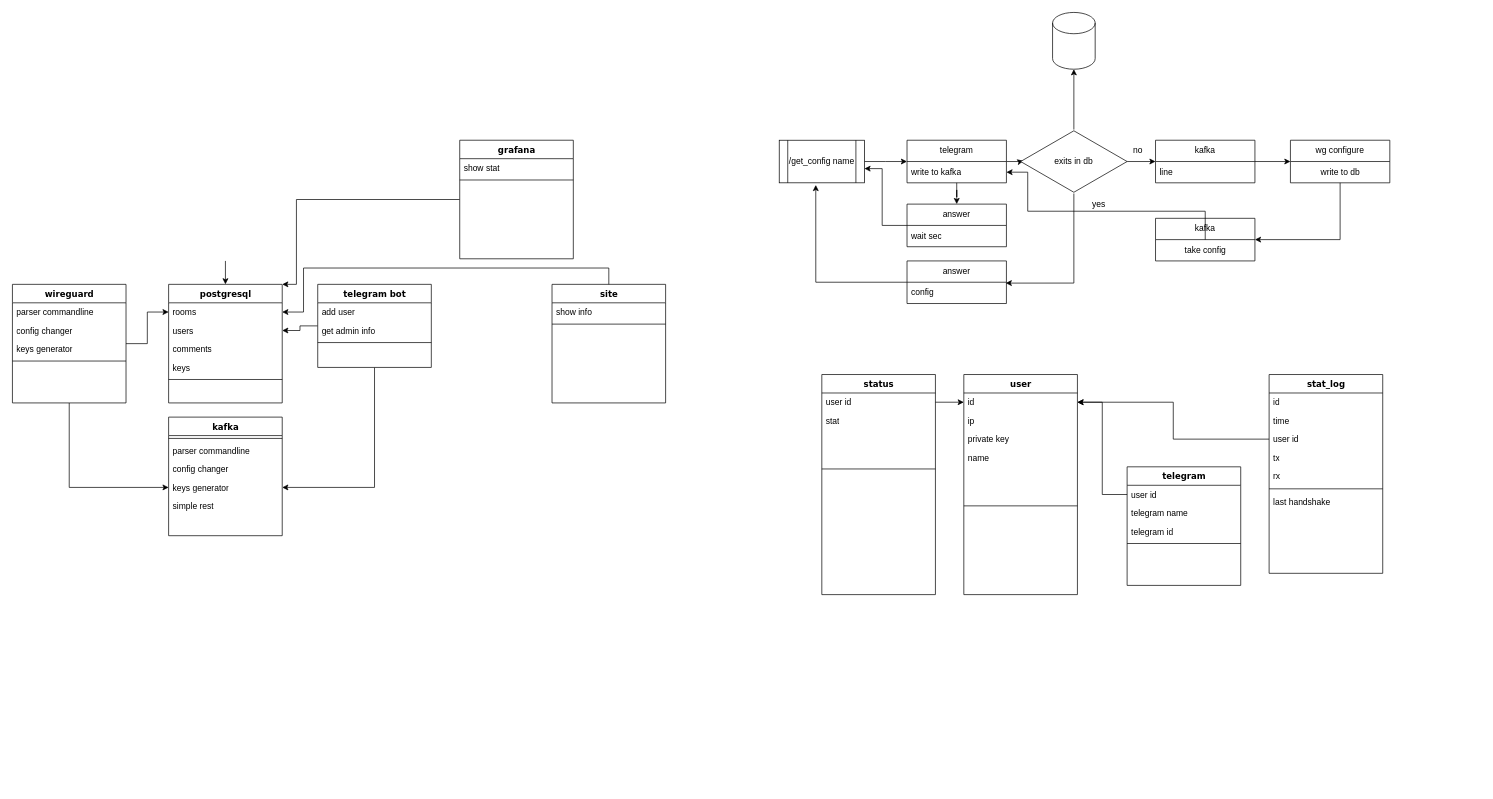
The draw.io diagram architecture.drawio in zhenyagit/friends_VPN, before the edit. Source tidied: cells renumbered, new cells numbered last; positions are measured from the earlier drawing's top-left corner, leaving out a move shared by most shapes. Both pictures are drawn from the tidied source at 71%, with x=0, y=0 at pixel (12, 12).
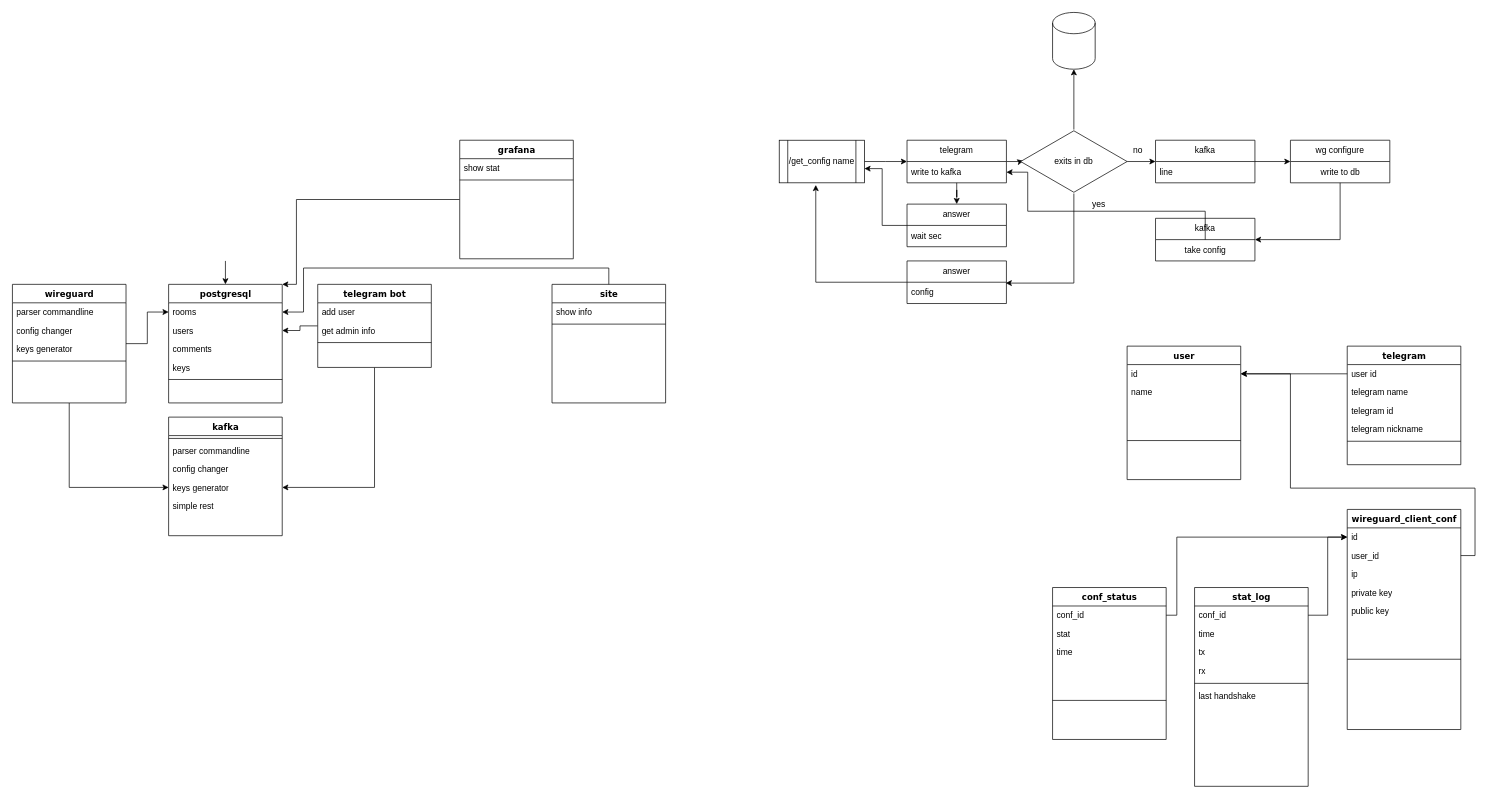
Above is the later version.

Unchanged cells that the change refers to:
```xml
<mxCell id="50" value="id" style="text;html=1;strokeColor=none;fillColor=none;align=left;verticalAlign=top;spacingLeft=4;spacingRight=4;whiteSpace=wrap;overflow=hidden;points=[[0,0.5],[1,0.5]];portConstraint=eastwest;" parent="49" vertex="1">
  <mxGeometry y="26" width="160" height="26" as="geometry" />
</mxCell>
```

Change to the diagram source:
```diff
@@
     <mxCell id="36" value="telegram" style="swimlane;html=1;fontStyle=1;align=center;verticalAlign=top;horizontal=1;startSize=26;swimlaneFillColor=#ffffff;rounded=0;shadow=0;comic=0;labelBackgroundColor=none;strokeWidth=1;fillColor=none;fontFamily=Verdana;fontSize=12;" parent="1" vertex="1">
-      <mxGeometry x="1570" y="640" width="160" height="167" as="geometry" />
+      <mxGeometry x="1880" y="470" width="160" height="167" as="geometry" />
     </mxCell>
@@
+    <mxCell id="90" value="telegram nickname" style="text;html=1;strokeColor=none;fillColor=none;align=left;verticalAlign=top;spacingLeft=4;spacingRight=4;whiteSpace=wrap;overflow=hidden;" parent="36" vertex="1">
+      <mxGeometry y="104" width="160" height="26" as="geometry" />
+    </mxCell>
     <mxCell id="40" style="line;html=1;strokeWidth=1;fillColor=none;align=left;verticalAlign=middle;spacingTop=-1;spacingLeft=3;spacingRight=3;labelPosition=right;" parent="36" vertex="1">
-      <mxGeometry y="104" width="160" height="8" as="geometry" />
+      <mxGeometry y="130" width="160" height="8" as="geometry" />
     </mxCell>
     <mxCell id="41" value="stat_log" style="swimlane;html=1;fontStyle=1;align=center;verticalAlign=top;horizontal=1;startSize=26;swimlaneFillColor=#ffffff;rounded=0;shadow=0;comic=0;labelBackgroundColor=none;strokeWidth=1;fillColor=none;fontFamily=Verdana;fontSize=12;" parent="1" vertex="1">
-      <mxGeometry x="1770" y="510" width="160" height="280" as="geometry" />
+      <mxGeometry x="1665" y="810" width="160" height="280" as="geometry" />
     </mxCell>
-    <mxCell id="42" value="id" style="text;html=1;strokeColor=none;fillColor=none;align=left;verticalAlign=top;spacingLeft=4;spacingRight=4;whiteSpace=wrap;overflow=hidden;points=[[0,0.5],[1,0.5]];portConstraint=eastwest;" parent="41" vertex="1">
+    <mxCell id="42" value="conf_id" style="text;html=1;strokeColor=none;fillColor=none;align=left;verticalAlign=top;spacingLeft=4;spacingRight=4;whiteSpace=wrap;overflow=hidden;points=[[0,0.5],[1,0.5]];portConstraint=eastwest;" parent="41" vertex="1">
       <mxGeometry y="26" width="160" height="26" as="geometry" />
     </mxCell>
@@
-    <mxCell id="44" value="user id" style="text;html=1;strokeColor=none;fillColor=none;align=left;verticalAlign=top;spacingLeft=4;spacingRight=4;whiteSpace=wrap;overflow=hidden;points=[[0,0.5],[1,0.5]];portConstraint=eastwest;" parent="41" vertex="1">
-      <mxGeometry y="78" width="160" height="26" as="geometry" />
-    </mxCell>
     <mxCell id="45" value="tx" style="text;html=1;strokeColor=none;fillColor=none;align=left;verticalAlign=top;spacingLeft=4;spacingRight=4;whiteSpace=wrap;overflow=hidden;" parent="41" vertex="1">
-      <mxGeometry y="104" width="160" height="26" as="geometry" />
+      <mxGeometry y="78" width="160" height="26" as="geometry" />
     </mxCell>
     <mxCell id="46" value="rx" style="text;html=1;strokeColor=none;fillColor=none;align=left;verticalAlign=top;spacingLeft=4;spacingRight=4;whiteSpace=wrap;overflow=hidden;" parent="41" vertex="1">
-      <mxGeometry y="130" width="160" height="26" as="geometry" />
+      <mxGeometry y="104" width="160" height="26" as="geometry" />
     </mxCell>
     <mxCell id="47" style="line;html=1;strokeWidth=1;fillColor=none;align=left;verticalAlign=middle;spacingTop=-1;spacingLeft=3;spacingRight=3;labelPosition=right;" parent="41" vertex="1">
-      <mxGeometry y="156" width="160" height="10" as="geometry" />
+      <mxGeometry y="130" width="160" height="10" as="geometry" />
     </mxCell>
     <mxCell id="48" value="last handshake" style="text;html=1;strokeColor=none;fillColor=none;align=left;verticalAlign=top;spacingLeft=4;spacingRight=4;whiteSpace=wrap;overflow=hidden;" parent="41" vertex="1">
-      <mxGeometry y="166" width="160" height="26" as="geometry" />
+      <mxGeometry y="140" width="160" height="26" as="geometry" />
     </mxCell>
     <mxCell id="49" value="user" style="swimlane;html=1;fontStyle=1;align=center;verticalAlign=top;horizontal=1;startSize=26;swimlaneFillColor=#ffffff;rounded=0;shadow=0;comic=0;labelBackgroundColor=none;strokeWidth=1;fillColor=none;fontFamily=Verdana;fontSize=12;" parent="1" vertex="1">
-      <mxGeometry x="1340" y="510" width="160" height="310" as="geometry" />
+      <mxGeometry x="1570" y="470" width="160" height="188" as="geometry" />
     </mxCell>
@@
-    <mxCell id="51" value="ip" style="text;html=1;strokeColor=none;fillColor=none;align=left;verticalAlign=top;spacingLeft=4;spacingRight=4;whiteSpace=wrap;overflow=hidden;" parent="49" vertex="1">
-      <mxGeometry y="52" width="160" height="26" as="geometry" />
-    </mxCell>
-    <mxCell id="52" value="private key" style="text;html=1;strokeColor=none;fillColor=none;align=left;verticalAlign=top;spacingLeft=4;spacingRight=4;whiteSpace=wrap;overflow=hidden;" parent="49" vertex="1">
-      <mxGeometry y="78" width="160" height="26" as="geometry" />
-    </mxCell>
     <mxCell id="53" value="name" style="text;html=1;strokeColor=none;fillColor=none;align=left;verticalAlign=top;spacingLeft=4;spacingRight=4;whiteSpace=wrap;overflow=hidden;" parent="49" vertex="1">
-      <mxGeometry y="104" width="160" height="26" as="geometry" />
+      <mxGeometry y="52" width="160" height="26" as="geometry" />
     </mxCell>
     <mxCell id="54" style="line;html=1;strokeWidth=1;fillColor=none;align=left;verticalAlign=middle;spacingTop=-1;spacingLeft=3;spacingRight=3;labelPosition=right;" parent="49" vertex="1">
-      <mxGeometry y="130" width="160" height="110" as="geometry" />
+      <mxGeometry y="78" width="160" height="110" as="geometry" />
     </mxCell>
-    <mxCell id="55" value="status" style="swimlane;html=1;fontStyle=1;align=center;verticalAlign=top;horizontal=1;startSize=26;swimlaneFillColor=#ffffff;rounded=0;shadow=0;comic=0;labelBackgroundColor=none;strokeWidth=1;fillColor=none;fontFamily=Verdana;fontSize=12;" parent="1" vertex="1">
-      <mxGeometry x="1140" y="510" width="160" height="310" as="geometry" />
-    </mxCell>
-    <mxCell id="56" value="user id" style="text;html=1;strokeColor=none;fillColor=none;align=left;verticalAlign=top;spacingLeft=4;spacingRight=4;whiteSpace=wrap;overflow=hidden;points=[[0,0.5],[1,0.5]];portConstraint=eastwest;" parent="55" vertex="1">
-      <mxGeometry y="26" width="160" height="26" as="geometry" />
-    </mxCell>
-    <mxCell id="57" value="stat" style="text;html=1;strokeColor=none;fillColor=none;align=left;verticalAlign=top;spacingLeft=4;spacingRight=4;whiteSpace=wrap;overflow=hidden;" parent="55" vertex="1">
-      <mxGeometry y="52" width="160" height="26" as="geometry" />
-    </mxCell>
-    <mxCell id="58" style="line;html=1;strokeWidth=1;fillColor=none;align=left;verticalAlign=middle;spacingTop=-1;spacingLeft=3;spacingRight=3;labelPosition=right;" parent="55" vertex="1">
-      <mxGeometry y="78" width="160" height="110" as="geometry" />
-    </mxCell>
-    <mxCell id="59" style="edgeStyle=orthogonalEdgeStyle;rounded=0;jettySize=auto;html=1;entryX=0;entryY=0.5;entryDx=0;entryDy=0;" parent="1" edge="1" source="56" target="50">
-      <mxGeometry relative="1" as="geometry" />
-    </mxCell>
-    <mxCell id="60" style="edgeStyle=orthogonalEdgeStyle;rounded=0;jettySize=auto;html=1;exitX=0;exitY=0.5;exitDx=0;exitDy=0;entryX=1;entryY=0.5;entryDx=0;entryDy=0;" parent="1" edge="1" source="44" target="50">
-      <mxGeometry relative="1" as="geometry" />
-    </mxCell>
@@
+    <mxCell id="91" value="wireguard_client_conf" style="swimlane;html=1;fontStyle=1;align=center;verticalAlign=top;horizontal=1;startSize=26;swimlaneFillColor=#ffffff;rounded=0;shadow=0;comic=0;labelBackgroundColor=none;strokeWidth=1;fillColor=none;fontFamily=Verdana;fontSize=12;" parent="1" vertex="1">
+      <mxGeometry x="1880" y="700" width="160" height="310" as="geometry" />
+    </mxCell>
+    <mxCell id="92" value="id" style="text;html=1;strokeColor=none;fillColor=none;align=left;verticalAlign=top;spacingLeft=4;spacingRight=4;whiteSpace=wrap;overflow=hidden;points=[[0,0.5],[1,0.5]];portConstraint=eastwest;" parent="91" vertex="1">
+      <mxGeometry y="26" width="160" height="26" as="geometry" />
+    </mxCell>
+    <mxCell id="93" value="user_id" style="text;html=1;strokeColor=none;fillColor=none;align=left;verticalAlign=top;spacingLeft=4;spacingRight=4;whiteSpace=wrap;overflow=hidden;points=[[0,0.5],[1,0.5]];portConstraint=eastwest;" parent="91" vertex="1">
+      <mxGeometry y="52" width="160" height="26" as="geometry" />
+    </mxCell>
+    <mxCell id="51" value="ip" style="text;html=1;strokeColor=none;fillColor=none;align=left;verticalAlign=top;spacingLeft=4;spacingRight=4;whiteSpace=wrap;overflow=hidden;" parent="91" vertex="1">
+      <mxGeometry y="78" width="160" height="26" as="geometry" />
+    </mxCell>
+    <mxCell id="52" value="private key" style="text;html=1;strokeColor=none;fillColor=none;align=left;verticalAlign=top;spacingLeft=4;spacingRight=4;whiteSpace=wrap;overflow=hidden;" parent="91" vertex="1">
+      <mxGeometry y="104" width="160" height="26" as="geometry" />
+    </mxCell>
+    <mxCell id="94" value="public key" style="text;html=1;strokeColor=none;fillColor=none;align=left;verticalAlign=top;spacingLeft=4;spacingRight=4;whiteSpace=wrap;overflow=hidden;" parent="91" vertex="1">
+      <mxGeometry y="130" width="160" height="26" as="geometry" />
+    </mxCell>
+    <mxCell id="95" style="line;html=1;strokeWidth=1;fillColor=none;align=left;verticalAlign=middle;spacingTop=-1;spacingLeft=3;spacingRight=3;labelPosition=right;" parent="91" vertex="1">
+      <mxGeometry y="156" width="160" height="110" as="geometry" />
+    </mxCell>
+    <mxCell id="96" value="conf_status" style="swimlane;html=1;fontStyle=1;align=center;verticalAlign=top;horizontal=1;startSize=26;swimlaneFillColor=#ffffff;rounded=0;shadow=0;comic=0;labelBackgroundColor=none;strokeWidth=1;fillColor=none;fontFamily=Verdana;fontSize=12;" parent="1" vertex="1">
+      <mxGeometry x="1465" y="810" width="160" height="214" as="geometry" />
+    </mxCell>
+    <mxCell id="97" value="conf_id" style="text;html=1;strokeColor=none;fillColor=none;align=left;verticalAlign=top;spacingLeft=4;spacingRight=4;whiteSpace=wrap;overflow=hidden;points=[[0,0.5],[1,0.5]];portConstraint=eastwest;" parent="96" vertex="1">
+      <mxGeometry y="26" width="160" height="26" as="geometry" />
+    </mxCell>
+    <mxCell id="57" value="stat" style="text;html=1;strokeColor=none;fillColor=none;align=left;verticalAlign=top;spacingLeft=4;spacingRight=4;whiteSpace=wrap;overflow=hidden;" parent="96" vertex="1">
+      <mxGeometry y="52" width="160" height="26" as="geometry" />
+    </mxCell>
+    <mxCell id="98" value="time" style="text;html=1;strokeColor=none;fillColor=none;align=left;verticalAlign=top;spacingLeft=4;spacingRight=4;whiteSpace=wrap;overflow=hidden;" parent="96" vertex="1">
+      <mxGeometry y="78" width="160" height="26" as="geometry" />
+    </mxCell>
+    <mxCell id="99" style="line;html=1;strokeWidth=1;fillColor=none;align=left;verticalAlign=middle;spacingTop=-1;spacingLeft=3;spacingRight=3;labelPosition=right;" parent="96" vertex="1">
+      <mxGeometry y="104" width="160" height="110" as="geometry" />
+    </mxCell>
+    <mxCell id="100" style="edgeStyle=orthogonalEdgeStyle;rounded=0;jettySize=auto;html=1;exitX=1;exitY=0.5;exitDx=0;exitDy=0;entryX=1;entryY=0.5;entryDx=0;entryDy=0;" parent="1" edge="1" source="93" target="50">
+      <mxGeometry relative="1" as="geometry">
+        <Array as="points">
+          <mxPoint x="2060" y="765" />
+          <mxPoint x="2060" y="670" />
+          <mxPoint x="1800" y="670" />
+          <mxPoint x="1800" y="509" />
+        </Array>
+      </mxGeometry>
+    </mxCell>
+    <mxCell id="101" style="edgeStyle=orthogonalEdgeStyle;rounded=0;jettySize=auto;html=1;exitX=1;exitY=0.5;exitDx=0;exitDy=0;entryX=0;entryY=0.5;entryDx=0;entryDy=0;" parent="1" edge="1" source="97" target="92">
+      <mxGeometry relative="1" as="geometry">
+        <Array as="points">
+          <mxPoint x="1640" y="849" />
+          <mxPoint x="1640" y="739" />
+        </Array>
+      </mxGeometry>
+    </mxCell>
+    <mxCell id="102" style="edgeStyle=orthogonalEdgeStyle;rounded=0;jettySize=auto;html=1;exitX=1;exitY=0.5;exitDx=0;exitDy=0;entryX=0;entryY=0.5;entryDx=0;entryDy=0;" parent="1" edge="1" source="42" target="92">
+      <mxGeometry relative="1" as="geometry" />
+    </mxCell>
```
